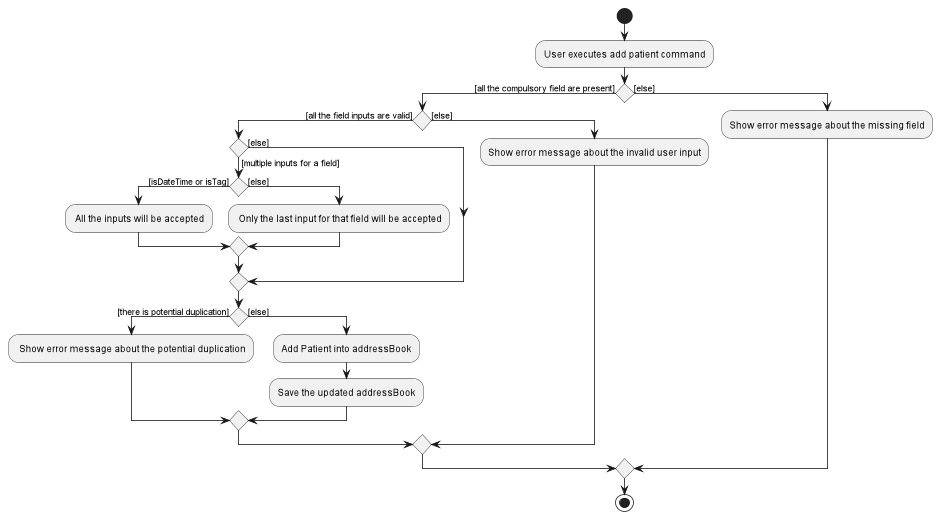
The PlantUML diagram docs/images/AddPatientActivityDiagram.png in nus-cs2103-AY2223S1/tp, before a commit. Its diagram source:
```plantuml
@startuml
start
:User executes add patient command;

if () then ([all the compulsory field are present])
    if () then ([all the field inputs are valid])
        if () then ([multiple inputs for a field])
            if () then ([isDateTime or isTag])
            : All the inputs will be accepted;
            else ([else])
            : Only the last input for that field will be accepted;
            endif
        else ([else])
        endif
        if () then ([there is potential duplication])
        : Show error message about the potential duplication;
        else ([else])
        :Add Patient into addressBook;
        :Save the updated addressBook;
        endif
    else ([else])
    :Show error message about the invalid user input;
    endif
else ([else])
:Show error message about the missing field;

endif
stop
@enduml
```
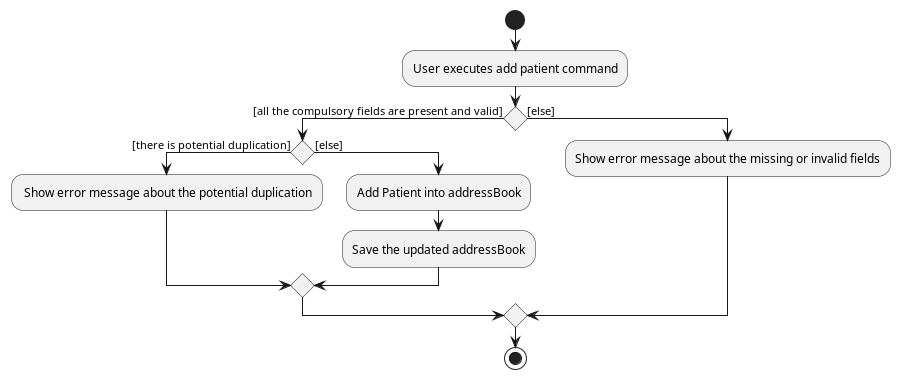
Later version of the same file.

Commit message:
Update add patient activity diagram

The edit, as a diff of the source:
```diff
@@ -2,27 +2,16 @@
 start
 :User executes add patient command;
 
-if () then ([all the compulsory field are present])
-    if () then ([all the field inputs are valid])
-        if () then ([multiple inputs for a field])
-            if () then ([isDateTime or isTag])
-            : All the inputs will be accepted;
-            else ([else])
-            : Only the last input for that field will be accepted;
-            endif
-        else ([else])
-        endif
+if () then ([all the compulsory fields are present and valid])
+
         if () then ([there is potential duplication])
         : Show error message about the potential duplication;
         else ([else])
         :Add Patient into addressBook;
         :Save the updated addressBook;
         endif
-    else ([else])
-    :Show error message about the invalid user input;
-    endif
 else ([else])
-:Show error message about the missing field;
+:Show error message about the missing or invalid fields;
 
 endif
 stop
```
